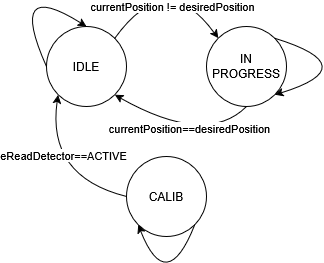
This is PiziakTEST/Current/diagram serwo.png from krzsz72/PPSW, a draw.io export, as it was before one commit. Source tidied: cells renumbered, new cells last; positions are measured from the earlier drawing's top-left corner, leaving out a move shared by most shapes.
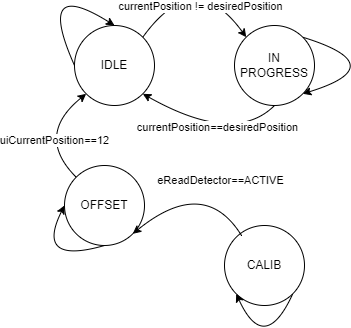
The same file after the commit.

Commit message:
serwo zdane

The edit, as a diff of the source:
```diff
@@ -3,7 +3,7 @@
     <mxCell id="0" />
     <mxCell id="1" parent="0" />
     <mxCell id="2" value="CALIB" style="ellipse;whiteSpace=wrap;html=1;" parent="1" vertex="1">
-      <mxGeometry x="120" y="190" width="80" height="80" as="geometry" />
+      <mxGeometry x="190" y="260" width="80" height="80" as="geometry" />
     </mxCell>
     <mxCell id="3" value="IDLE" style="ellipse;whiteSpace=wrap;html=1;" parent="1" vertex="1">
       <mxGeometry x="40" y="60" width="80" height="80" as="geometry" />
@@ -28,23 +28,13 @@
     <mxCell id="7" value="currentPosition != desiredPosition" style="edgeLabel;html=1;align=center;verticalAlign=middle;" parent="6" vertex="1">
       <mxGeometry x="0.4" y="-19" relative="1" as="geometry" />
     </mxCell>
-    <mxCell id="8" style="curved=1;endArrow=classic;html=1;rounded=0;entryX=0;entryY=1;entryDx=0;entryDy=0;exitX=1;exitY=1;exitDx=0;exitDy=0;" parent="1" edge="1" source="2" target="2">
+    <mxCell id="8" style="curved=1;endArrow=classic;html=1;rounded=0;exitX=1;exitY=1;exitDx=0;exitDy=0;entryX=0;entryY=1;entryDx=0;entryDy=0;" parent="1" edge="1" source="2" target="2">
       <mxGeometry relative="1" as="geometry">
         <Array as="points">
-          <mxPoint x="160" y="330" />
+          <mxPoint x="230" y="390" />
         </Array>
       </mxGeometry>
     </mxCell>
-    <mxCell id="9" style="curved=1;endArrow=classic;html=1;rounded=0;entryX=0;entryY=1;entryDx=0;entryDy=0;exitX=0;exitY=0.5;exitDx=0;exitDy=0;" parent="1" edge="1" source="2" target="3">
-      <mxGeometry relative="1" as="geometry">
-        <Array as="points">
-          <mxPoint x="40" y="210" />
-        </Array>
-      </mxGeometry>
-    </mxCell>
-    <mxCell id="10" value="eReadDetector==ACTIVE" style="edgeLabel;html=1;align=center;verticalAlign=middle;" parent="9" vertex="1">
-      <mxGeometry x="0.28" y="-13" relative="1" as="geometry" />
-    </mxCell>
     <mxCell id="11" style="curved=1;endArrow=classic;html=1;rounded=0;entryX=1;entryY=1;entryDx=0;entryDy=0;exitX=0.5;exitY=1;exitDx=0;exitDy=0;" parent="1" edge="1" source="4" target="3">
       <mxGeometry relative="1" as="geometry">
         <Array as="points">
@@ -62,5 +52,35 @@
         </Array>
       </mxGeometry>
     </mxCell>
+    <mxCell id="14" value="OFFSET" style="ellipse;whiteSpace=wrap;html=1;" parent="1" vertex="1">
+      <mxGeometry x="30" y="200" width="80" height="80" as="geometry" />
+    </mxCell>
+    <mxCell id="15" style="curved=1;endArrow=classic;html=1;rounded=0;entryX=1;entryY=1;entryDx=0;entryDy=0;exitX=0.215;exitY=0.129;exitDx=0;exitDy=0;exitPerimeter=0;" parent="1" edge="1" source="2" target="14">
+      <mxGeometry relative="1" as="geometry">
+        <Array as="points">
+          <mxPoint x="170" y="210" />
+        </Array>
+      </mxGeometry>
+    </mxCell>
+    <mxCell id="10" value="eReadDetector==ACTIVE" style="edgeLabel;html=1;align=center;verticalAlign=middle;" parent="15" vertex="1">
+      <mxGeometry x="-0.27" y="-11" relative="1" as="geometry" />
+    </mxCell>
+    <mxCell id="16" style="curved=1;endArrow=classic;html=1;rounded=0;entryX=0;entryY=1;entryDx=0;entryDy=0;exitX=0;exitY=0;exitDx=0;exitDy=0;" parent="1" edge="1" source="14" target="3">
+      <mxGeometry relative="1" as="geometry">
+        <Array as="points">
+          <mxPoint y="170" />
+        </Array>
+      </mxGeometry>
+    </mxCell>
+    <mxCell id="17" value="uiCurrentPosition==12" style="edgeLabel;html=1;align=center;verticalAlign=middle;" parent="16" vertex="1">
+      <mxGeometry x="-0.33" y="-11" relative="1" as="geometry" />
+    </mxCell>
+    <mxCell id="18" style="curved=1;endArrow=classic;html=1;rounded=0;entryX=0;entryY=0.5;entryDx=0;entryDy=0;exitX=0.5;exitY=1;exitDx=0;exitDy=0;" parent="1" edge="1" source="14" target="14">
+      <mxGeometry relative="1" as="geometry">
+        <Array as="points">
+          <mxPoint y="300" />
+        </Array>
+      </mxGeometry>
+    </mxCell>
   </root>
 </mxGraphModel>
```
